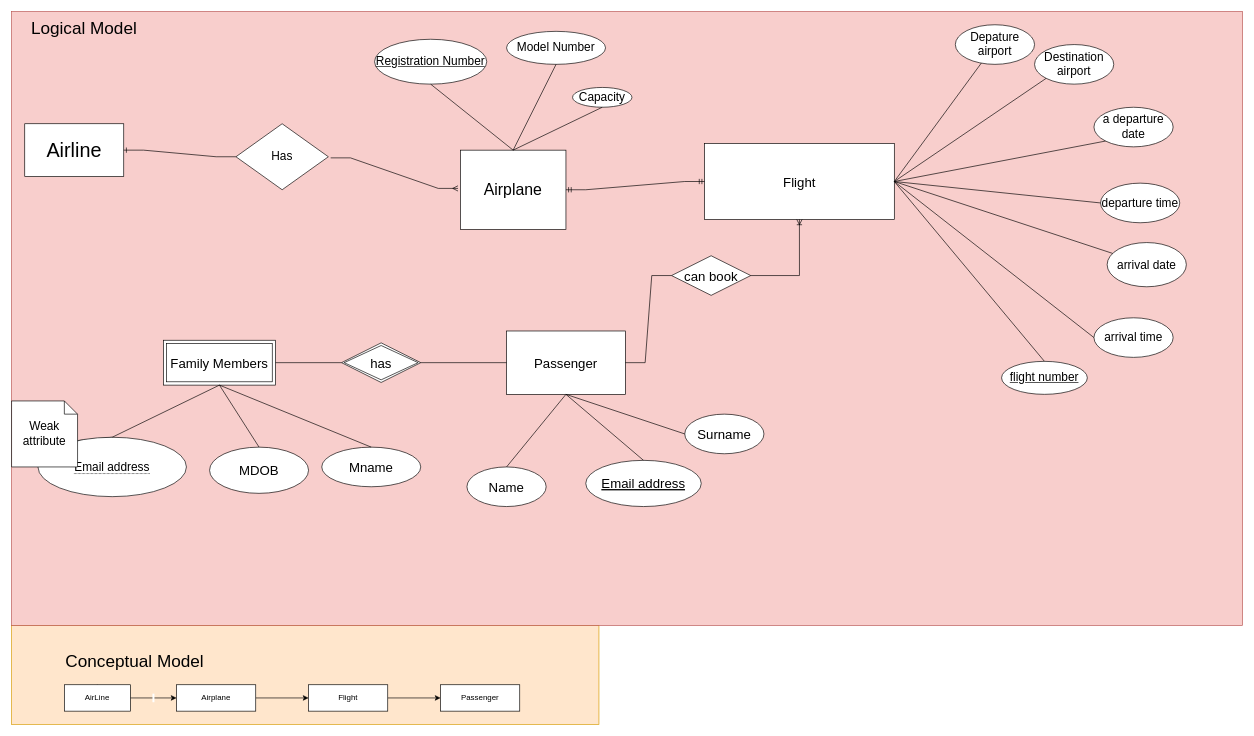
This is Untitled Diagram.drawio from ahsansiddiqui2/ER_Diagram, a draw.io file, before an edit. Source tidied: cells renumbered, new cells numbered last; positions are measured from the earlier drawing's top-left corner, leaving out a move shared by most shapes. Both pictures are drawn from the tidied source at 66%, with x=0, y=0 at pixel (11, 11).
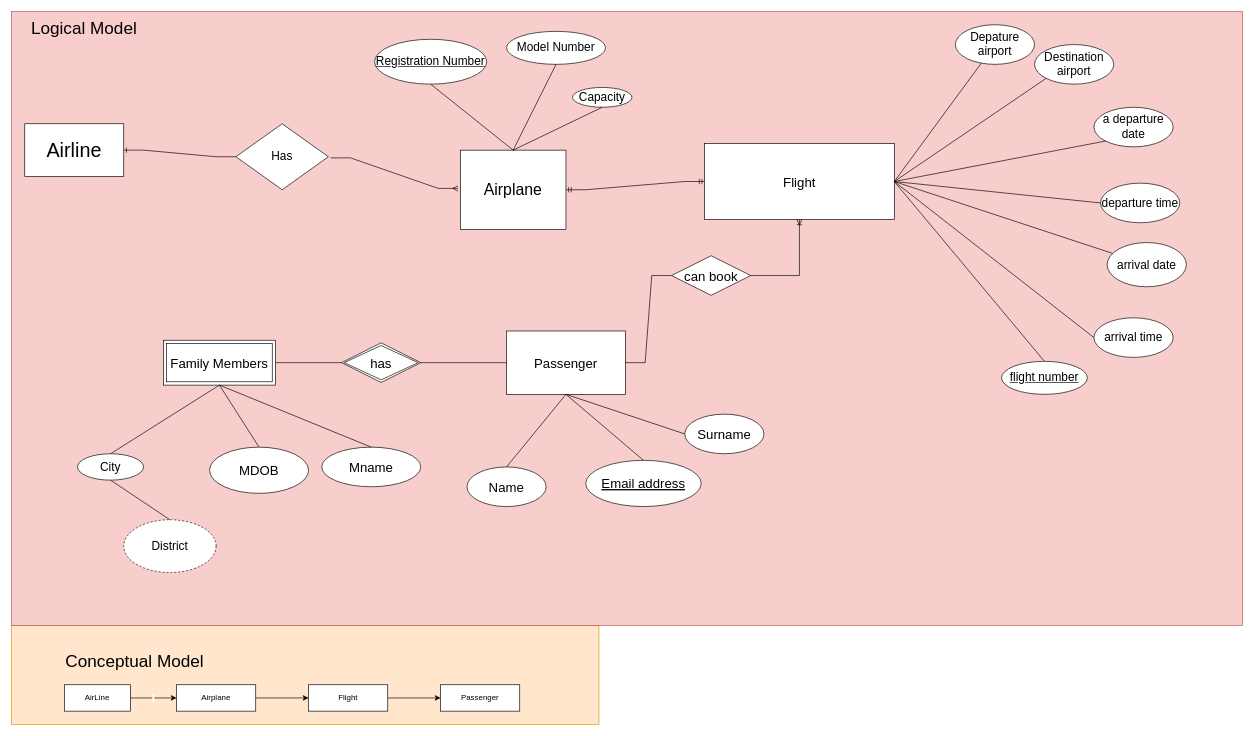
The same page after the edit.

Unchanged cells that the change refers to:
```xml
<mxCell id="53" value="Family Members" style="shape=ext;margin=3;double=1;whiteSpace=wrap;html=1;align=center;strokeWidth=1;fontSize=20;" parent="1" vertex="1">
  <mxGeometry x="230" y="498" width="170" height="68" as="geometry" />
</mxCell>
```

Change to the diagram source:
```diff
@@
-    <mxCell id="57" style="endArrow=none;html=1;rounded=0;fontSize=20;jumpSize=6;exitX=0;exitY=0;exitDx=100;exitDy=60;exitPerimeter=0;entryX=0.5;entryY=0;entryDx=0;entryDy=0;" parent="1" edge="1" source="62" target="60">
-      <mxGeometry relative="1" as="geometry" />
-    </mxCell>
@@
-    <mxCell id="60" value="&lt;span style=&quot;border-bottom: 1px dotted&quot;&gt;Email address&lt;/span&gt;" style="ellipse;whiteSpace=wrap;html=1;align=center;strokeWidth=1;fontSize=18;" parent="1" vertex="1">
-      <mxGeometry x="40" y="645" width="225" height="90" as="geometry" />
-    </mxCell>
-    <mxCell id="61" style="endArrow=none;html=1;rounded=0;fontSize=18;jumpSize=6;exitX=0.5;exitY=0;exitDx=0;exitDy=0;entryX=0.5;entryY=1;entryDx=0;entryDy=0;" parent="1" edge="1" source="60" target="53">
+    <mxCell id="61" style="endArrow=none;html=1;rounded=0;fontSize=18;jumpSize=6;exitX=0.5;exitY=0;exitDx=0;exitDy=0;entryX=0.5;entryY=1;entryDx=0;entryDy=0;" parent="1" edge="1" source="64" target="53">
       <mxGeometry relative="1" as="geometry" />
     </mxCell>
-    <mxCell id="62" value="Weak attribute" style="shape=note;size=20;whiteSpace=wrap;html=1;strokeWidth=1;fontSize=18;" parent="1" vertex="1">
-      <mxGeometry y="590" width="100" height="100" as="geometry" />
-    </mxCell>
+    <mxCell id="63" value="District" style="ellipse;whiteSpace=wrap;html=1;align=center;dashed=1;fontSize=18;" parent="1" vertex="1">
+      <mxGeometry x="170" y="770" width="140" height="80" as="geometry" />
+    </mxCell>
+    <mxCell id="64" value="&lt;div&gt;City&lt;/div&gt;" style="ellipse;whiteSpace=wrap;html=1;align=center;fontSize=18;" parent="1" vertex="1">
+      <mxGeometry x="100" y="670" width="100" height="40" as="geometry" />
+    </mxCell>
+    <mxCell id="65" style="endArrow=none;html=1;rounded=0;fontSize=18;entryX=0.5;entryY=0;entryDx=0;entryDy=0;exitX=0.5;exitY=1;exitDx=0;exitDy=0;" parent="1" edge="1" source="64" target="63">
+      <mxGeometry relative="1" as="geometry" />
+    </mxCell>
```
